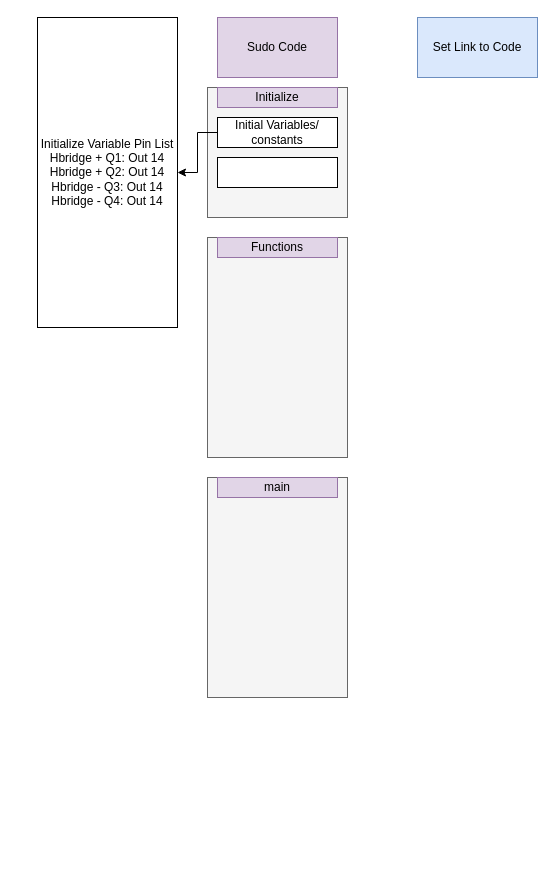
Above: page "Sudo Code" (2 of 5) of Self_Driving_Truck.drawio in usernamesareusless/Truck (draw.io), before the change. Source tidied: cells renumbered, new cells numbered last; positions are measured from the earlier drawing's top-left corner, leaving out a move shared by most shapes. Both pictures are drawn from the tidied source at 100%, with x=0, y=0 at pixel (37, 17).
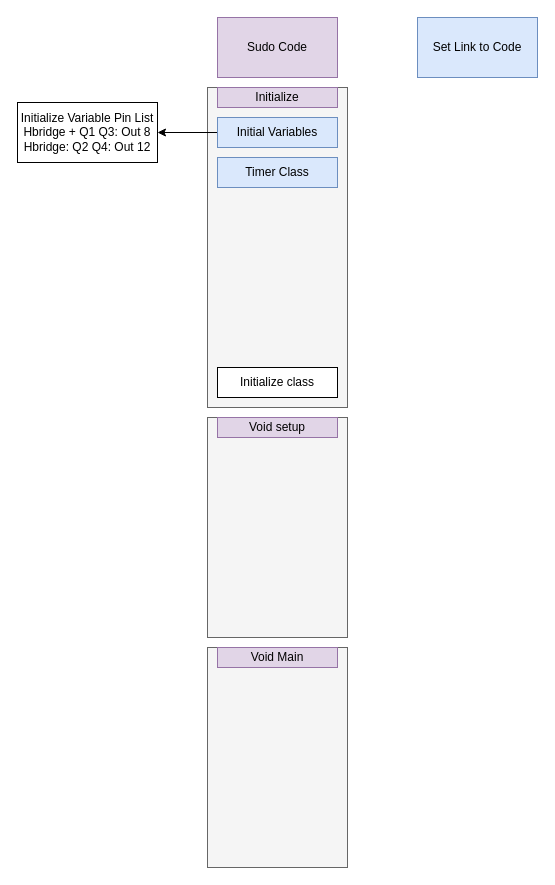
The same page after the edit.

Diff of the diagram source:
```diff
@@
 <mxGraphModel>
   <root>
     <mxCell id="0" />
     <mxCell id="1" parent="0" />
     <mxCell id="2" value="Sudo Code" style="rounded=0;whiteSpace=wrap;html=1;fillColor=#e1d5e7;strokeColor=#9673a6;" parent="1" vertex="1">
       <mxGeometry x="180" width="120" height="60" as="geometry" />
     </mxCell>
-    <mxCell id="3" style="rounded=0;whiteSpace=wrap;html=1;fillColor=#f5f5f5;fontColor=#333333;strokeColor=#666666;" parent="1" vertex="1">
-      <mxGeometry x="170" y="220" width="140" height="220" as="geometry" />
-    </mxCell>
-    <mxCell id="4" value="Functions" style="rounded=0;whiteSpace=wrap;html=1;fillColor=#e1d5e7;strokeColor=#9673a6;" parent="1" vertex="1">
-      <mxGeometry x="180" y="220" width="120" height="20" as="geometry" />
-    </mxCell>
     <mxCell id="5" style="rounded=0;whiteSpace=wrap;html=1;fillColor=#f5f5f5;fontColor=#333333;strokeColor=#666666;" parent="1" vertex="1">
-      <mxGeometry x="170" y="460" width="140" height="220" as="geometry" />
+      <mxGeometry x="170" y="630" width="140" height="220" as="geometry" />
     </mxCell>
-    <mxCell id="6" value="main" style="rounded=0;whiteSpace=wrap;html=1;fillColor=#e1d5e7;strokeColor=#9673a6;" parent="1" vertex="1">
-      <mxGeometry x="180" y="460" width="120" height="20" as="geometry" />
+    <mxCell id="6" value="Void Main" style="rounded=0;whiteSpace=wrap;html=1;fillColor=#e1d5e7;strokeColor=#9673a6;" parent="1" vertex="1">
+      <mxGeometry x="180" y="630" width="120" height="20" as="geometry" />
     </mxCell>
     <mxCell id="7" style="rounded=0;whiteSpace=wrap;html=1;fillColor=#f5f5f5;fontColor=#333333;strokeColor=#666666;" parent="1" vertex="1">
-      <mxGeometry x="170" y="70" width="140" height="130" as="geometry" />
+      <mxGeometry x="170" y="70" width="140" height="320" as="geometry" />
     </mxCell>
     <mxCell id="8" value="Initialize" style="rounded=0;whiteSpace=wrap;html=1;fillColor=#e1d5e7;strokeColor=#9673a6;" parent="1" vertex="1">
       <mxGeometry x="180" y="70" width="120" height="20" as="geometry" />
     </mxCell>
     <mxCell id="9" style="edgeStyle=orthogonalEdgeStyle;rounded=0;jettySize=auto;html=1;entryX=1;entryY=0.5;entryDx=0;entryDy=0;" parent="1" edge="1" source="10" target="13">
       <mxGeometry relative="1" as="geometry" />
     </mxCell>
-    <mxCell id="10" value="Initial Variables/ constants" style="rounded=0;whiteSpace=wrap;html=1;" parent="1" vertex="1">
+    <mxCell id="10" value="Initial Variables" style="rounded=0;whiteSpace=wrap;html=1;fillColor=#dae8fc;strokeColor=#6c8ebf;" parent="1" vertex="1">
       <mxGeometry x="180" y="100" width="120" height="30" as="geometry" />
     </mxCell>
-    <mxCell id="11" style="rounded=0;whiteSpace=wrap;html=1;" parent="1" vertex="1">
-      <mxGeometry x="180" y="140" width="120" height="30" as="geometry" />
+    <mxCell id="11" value="Initialize class" style="rounded=0;whiteSpace=wrap;html=1;" parent="1" vertex="1">
+      <mxGeometry x="180" y="350" width="120" height="30" as="geometry" />
     </mxCell>
     <mxCell id="12" value="Set Link to Code" style="rounded=0;whiteSpace=wrap;html=1;fillColor=#dae8fc;strokeColor=#6c8ebf;" parent="1" vertex="1">
       <mxGeometry x="380" width="120" height="60" as="geometry" />
     </mxCell>
-    <mxCell id="13" value="Initialize Variable Pin List&lt;br&gt;Hbridge + Q1: Out 14&lt;br&gt;Hbridge + Q2: Out 14&lt;br&gt;Hbridge - Q3: Out 14&lt;br&gt;Hbridge - Q4: Out 14" style="rounded=0;whiteSpace=wrap;html=1;" parent="1" vertex="1">
-      <mxGeometry width="140" height="310" as="geometry" />
+    <mxCell id="13" value="Initialize Variable Pin List&lt;br&gt;Hbridge + Q1 Q3: Out 8&lt;br&gt;Hbridge: Q2 Q4: Out 12&lt;br&gt;" style="rounded=0;whiteSpace=wrap;html=1;" parent="1" vertex="1">
+      <mxGeometry x="-20" y="85" width="140" height="60" as="geometry" />
     </mxCell>
+    <mxCell id="14" value="Timer Class" style="rounded=0;whiteSpace=wrap;html=1;fillColor=#dae8fc;strokeColor=#6c8ebf;" parent="1" vertex="1">
+      <mxGeometry x="180" y="140" width="120" height="30" as="geometry" />
+    </mxCell>
+    <mxCell id="15" style="rounded=0;whiteSpace=wrap;html=1;fillColor=#f5f5f5;fontColor=#333333;strokeColor=#666666;" parent="1" vertex="1">
+      <mxGeometry x="170" y="400" width="140" height="220" as="geometry" />
+    </mxCell>
+    <mxCell id="16" value="Void setup" style="rounded=0;whiteSpace=wrap;html=1;fillColor=#e1d5e7;strokeColor=#9673a6;" parent="1" vertex="1">
+      <mxGeometry x="180" y="400" width="120" height="20" as="geometry" />
+    </mxCell>
   </root>
 </mxGraphModel>
```
